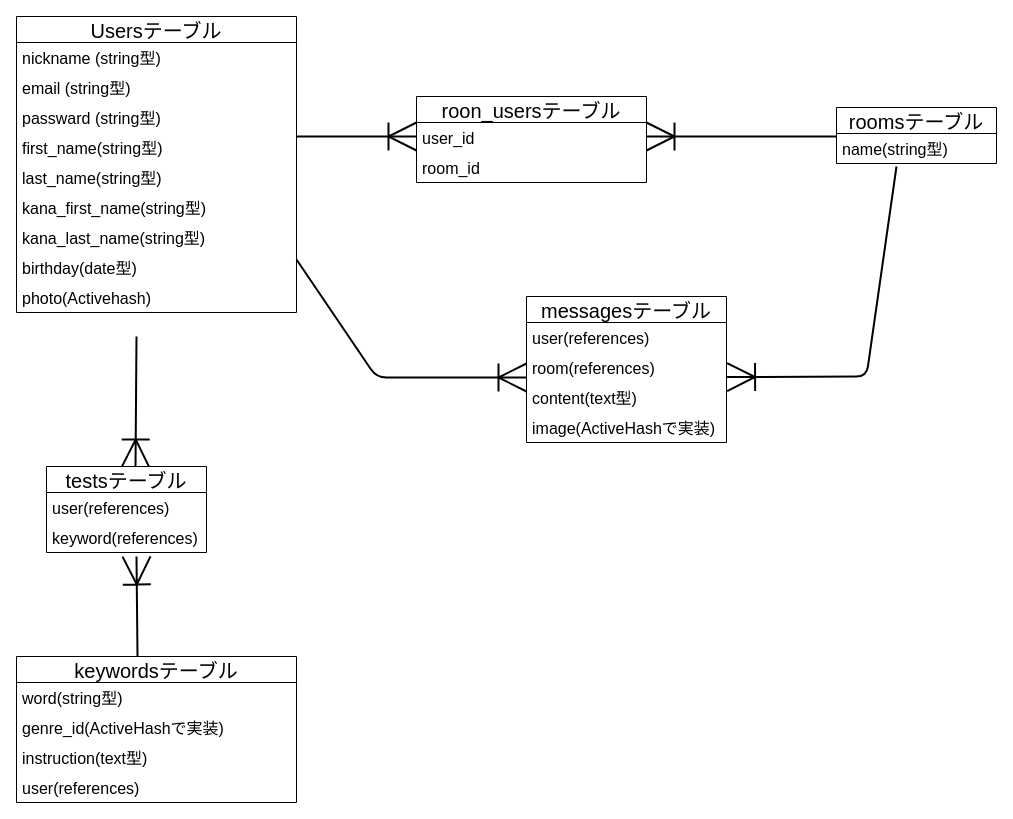
The draw.io diagram vocabulary-words.dio in ryotechcamp/vocabulary-words, before the edit. Source tidied: cells renumbered, new cells numbered last; positions are measured from the earlier drawing's top-left corner, leaving out a move shared by most shapes. Both pictures are drawn from the tidied source at 100%, with x=0, y=0 at pixel (16, 16).
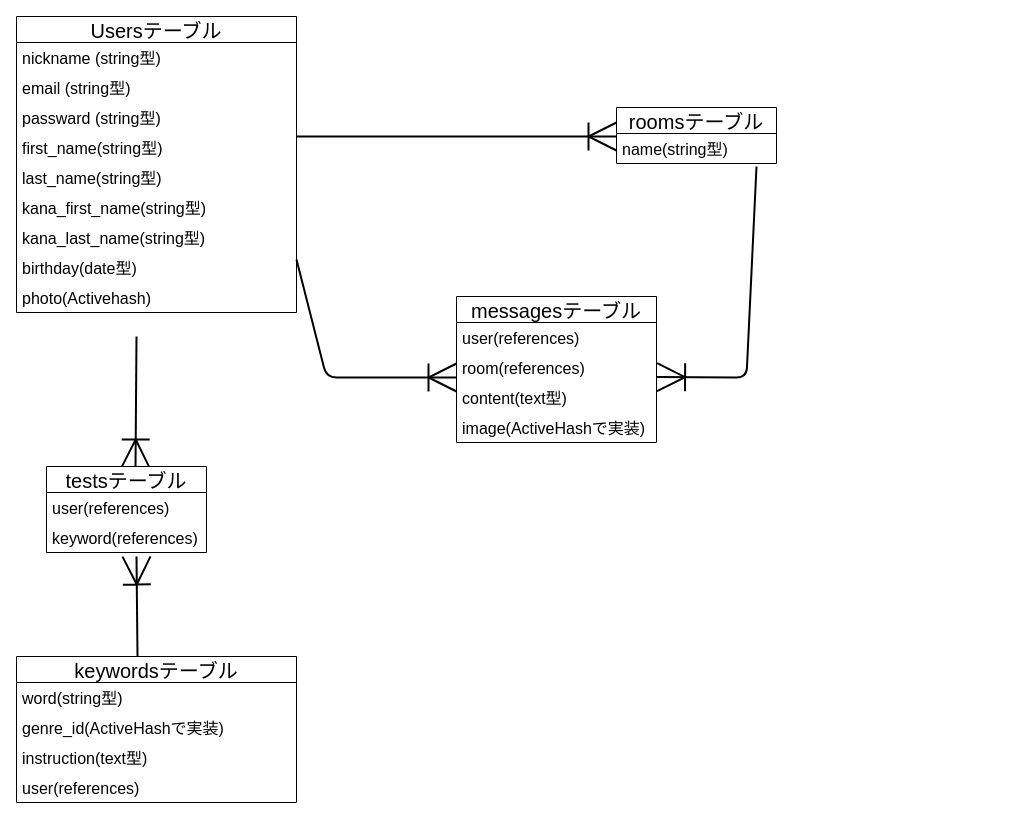
Above is the later version.

Unchanged cells that the change refers to:
```xml
<mxCell id="24" value="room(references)" style="text;strokeColor=none;fillColor=none;spacingLeft=4;spacingRight=4;overflow=hidden;points=[[0,0.5],[1,0.5]];portConstraint=eastwest;fontSize=16;" parent="22" vertex="1">
  <mxGeometry y="56" width="200" height="30" as="geometry" />
</mxCell>
```

Change to the diagram source:
```diff
@@
-    <mxCell id="17" value="roon_usersテーブル" style="swimlane;fontStyle=0;horizontal=1;startSize=26;align=center;fontSize=20;" parent="1" vertex="1">
-      <mxGeometry x="400" y="80" width="230" height="86" as="geometry" />
-    </mxCell>
-    <mxCell id="18" value="user_id" style="text;strokeColor=none;fillColor=none;spacingLeft=4;spacingRight=4;overflow=hidden;fontSize=16;" parent="17" vertex="1">
-      <mxGeometry y="26" width="230" height="30" as="geometry" />
-    </mxCell>
-    <mxCell id="19" value="room_id" style="text;strokeColor=none;fillColor=none;spacingLeft=4;spacingRight=4;overflow=hidden;fontSize=16;" parent="17" vertex="1">
-      <mxGeometry y="56" width="230" height="30" as="geometry" />
-    </mxCell>
     <mxCell id="20" value="roomsテーブル" style="swimlane;fontStyle=0;horizontal=1;startSize=26;align=center;fontSize=20;" parent="1" vertex="1">
-      <mxGeometry x="820" y="91" width="160" height="56" as="geometry" />
+      <mxGeometry x="600" y="91" width="160" height="56" as="geometry" />
     </mxCell>
@@
     <mxCell id="22" value="messagesテーブル" style="swimlane;fontStyle=0;horizontal=1;startSize=26;align=center;fontSize=20;" parent="1" vertex="1">
-      <mxGeometry x="510" y="280" width="200" height="146" as="geometry" />
+      <mxGeometry x="440" y="280" width="200" height="146" as="geometry" />
     </mxCell>
@@
     <mxCell id="27" style="fontSize=12;html=1;endArrow=ERoneToMany;endSize=25;startSize=6;strokeWidth=2;" parent="1" edge="1">
       <mxGeometry relative="1" as="geometry">
         <mxPoint x="280" y="120" as="sourcePoint" />
-        <mxPoint x="400" y="120" as="targetPoint" />
+        <mxPoint x="600" y="120" as="targetPoint" />
       </mxGeometry>
     </mxCell>
@@
-    <mxCell id="29" style="fontSize=12;html=1;endArrow=ERoneToMany;endSize=25;startSize=6;strokeWidth=2;entryX=0;entryY=0.5;entryDx=0;entryDy=0;" parent="1" edge="1">
-      <mxGeometry relative="1" as="geometry">
-        <mxPoint x="820" y="120" as="sourcePoint" />
-        <mxPoint x="630" y="120" as="targetPoint" />
-      </mxGeometry>
-    </mxCell>
     <mxCell id="30" style="fontSize=12;html=1;endArrow=ERoneToMany;endSize=25;startSize=6;strokeWidth=2;" parent="1" edge="1">
       <mxGeometry relative="1" as="geometry">
         <mxPoint x="280" y="243" as="sourcePoint" />
-        <mxPoint x="510" y="361" as="targetPoint" />
+        <mxPoint x="440" y="361" as="targetPoint" />
         <Array as="points">
-          <mxPoint x="360" y="361" />
+          <mxPoint x="310" y="361" />
         </Array>
       </mxGeometry>
     </mxCell>
     <mxCell id="31" style="fontSize=12;html=1;endArrow=ERoneToMany;endSize=25;startSize=6;strokeWidth=2;entryX=1.003;entryY=0.82;entryDx=0;entryDy=0;entryPerimeter=0;" parent="1" edge="1" target="24">
       <mxGeometry relative="1" as="geometry">
-        <mxPoint x="880" y="150" as="sourcePoint" />
+        <mxPoint x="740" y="150" as="sourcePoint" />
         <Array as="points">
-          <mxPoint x="850" y="360" />
+          <mxPoint x="730" y="361" />
         </Array>
       </mxGeometry>
     </mxCell>
```
